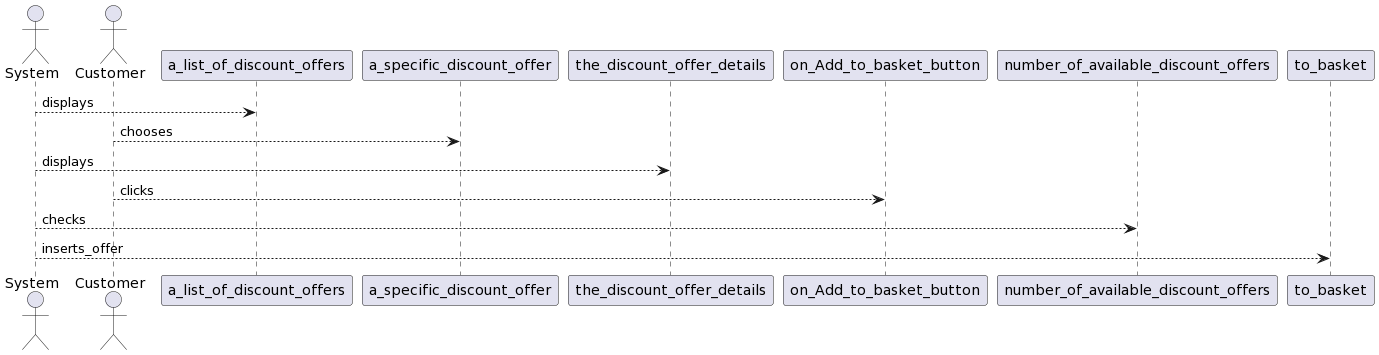
Zaikner/DiplomovaPraca keeps this PlantUML diagram as output.png. Above is the earlier version.
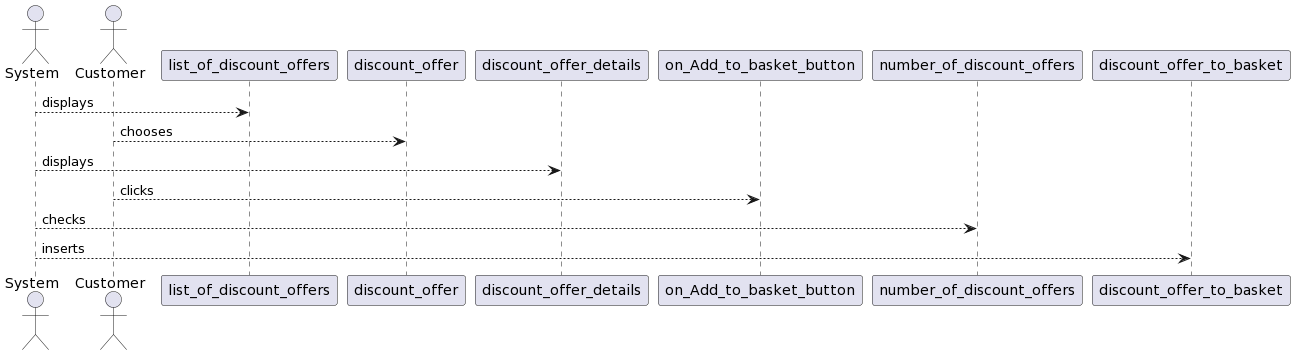
The same file after the commit.

What changed in the source:
```diff
@@ -1,16 +1,16 @@
 @startuml
 actor System
 actor Customer
-participant a_list_of_discount_offers
-System --> a_list_of_discount_offers: displays
-participant a_specific_discount_offer
-Customer --> a_specific_discount_offer: chooses
-participant the_discount_offer_details
-System --> the_discount_offer_details: displays
+participant list_of_discount_offers
+System --> list_of_discount_offers: displays
+participant discount_offer
+Customer --> discount_offer: chooses
+participant discount_offer_details
+System --> discount_offer_details: displays
 participant on_Add_to_basket_button
 Customer --> on_Add_to_basket_button: clicks
-participant number_of_available_discount_offers
-System --> number_of_available_discount_offers: checks
-participant to_basket
-System --> to_basket: inserts_offer
+participant number_of_discount_offers
+System --> number_of_discount_offers: checks
+participant discount_offer_to_basket
+System --> discount_offer_to_basket: inserts
 @enduml
```
